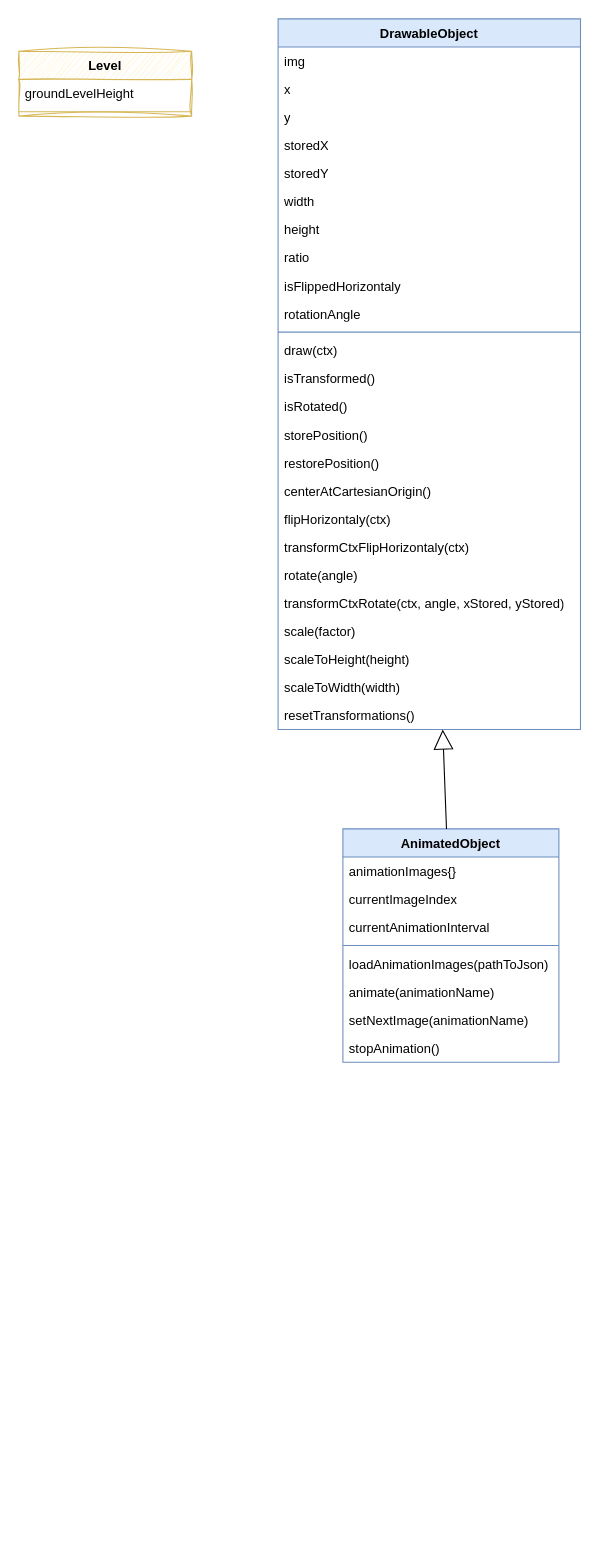
Above: uml/classDiagram.drawio in ReinhardWansch/ElPolloLoco (draw.io), before the change. Source tidied: cells renumbered, new cells numbered last; positions are measured from the earlier drawing's top-left corner, leaving out a move shared by most shapes. Both pictures are drawn from the tidied source at 108%, with x=0, y=0 at pixel (18, 18).
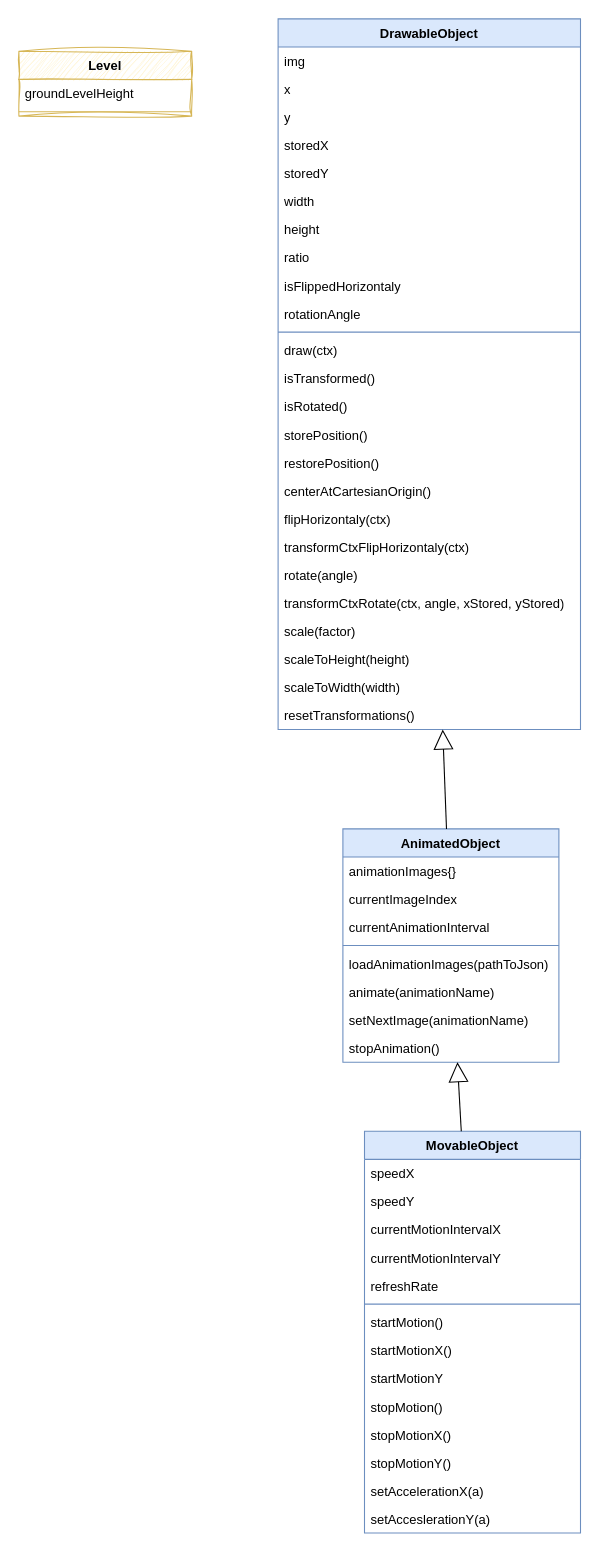
Above is the later version.

The change refers to these unchanged cells:
```xml
<mxCell id="28" value="AnimatedObject" style="swimlane;fontStyle=1;align=center;verticalAlign=top;horizontal=1;startSize=26;whiteSpace=wrap;html=1;fillColor=#dae8fc;strokeColor=#6c8ebf;" parent="1" vertex="1">
  <mxGeometry x="300" y="750" width="200" height="216" as="geometry" />
</mxCell>
```

The edit, as a diff of the source:
```diff
@@
+    <mxCell id="41" value="MovableObject" style="swimlane;fontStyle=1;align=center;verticalAlign=top;horizontal=1;startSize=26;whiteSpace=wrap;html=1;fillColor=#dae8fc;strokeColor=#6c8ebf;" parent="1" vertex="1">
+      <mxGeometry x="320" y="1030" width="200" height="372" as="geometry" />
+    </mxCell>
+    <mxCell id="42" value="speedX" style="text;strokeColor=none;fillColor=none;align=left;verticalAlign=top;spacingLeft=4;spacingRight=4;overflow=hidden;whiteSpace=wrap;html=1;" parent="41" vertex="1">
+      <mxGeometry y="26" width="200" height="26" as="geometry" />
+    </mxCell>
+    <mxCell id="43" value="speedY" style="text;strokeColor=none;fillColor=none;align=left;verticalAlign=top;spacingLeft=4;spacingRight=4;overflow=hidden;whiteSpace=wrap;html=1;" parent="41" vertex="1">
+      <mxGeometry y="52" width="200" height="26" as="geometry" />
+    </mxCell>
+    <mxCell id="44" value="currentMotionIntervalX" style="text;strokeColor=none;fillColor=none;align=left;verticalAlign=top;spacingLeft=4;spacingRight=4;overflow=hidden;whiteSpace=wrap;html=1;" parent="41" vertex="1">
+      <mxGeometry y="78" width="200" height="26" as="geometry" />
+    </mxCell>
+    <mxCell id="45" value="currentMotionIntervalY" style="text;strokeColor=none;fillColor=none;align=left;verticalAlign=top;spacingLeft=4;spacingRight=4;overflow=hidden;whiteSpace=wrap;html=1;" parent="41" vertex="1">
+      <mxGeometry y="104" width="200" height="26" as="geometry" />
+    </mxCell>
+    <mxCell id="46" value="refreshRate" style="text;strokeColor=none;fillColor=none;align=left;verticalAlign=top;spacingLeft=4;spacingRight=4;overflow=hidden;whiteSpace=wrap;html=1;" parent="41" vertex="1">
+      <mxGeometry y="130" width="200" height="26" as="geometry" />
+    </mxCell>
+    <mxCell id="47" style="line;strokeWidth=1;fillColor=none;align=left;verticalAlign=middle;spacingTop=-1;spacingLeft=3;spacingRight=3;labelPosition=right;strokeColor=inherit;" parent="41" vertex="1">
+      <mxGeometry y="156" width="200" height="8" as="geometry" />
+    </mxCell>
+    <mxCell id="48" value="startMotion()" style="text;strokeColor=none;fillColor=none;align=left;verticalAlign=top;spacingLeft=4;spacingRight=4;overflow=hidden;whiteSpace=wrap;html=1;" parent="41" vertex="1">
+      <mxGeometry y="164" width="200" height="26" as="geometry" />
+    </mxCell>
+    <mxCell id="49" value="startMotionX()" style="text;strokeColor=none;fillColor=none;align=left;verticalAlign=top;spacingLeft=4;spacingRight=4;overflow=hidden;whiteSpace=wrap;html=1;" parent="41" vertex="1">
+      <mxGeometry y="190" width="200" height="26" as="geometry" />
+    </mxCell>
+    <mxCell id="50" value="startMotionY" style="text;strokeColor=none;fillColor=none;align=left;verticalAlign=top;spacingLeft=4;spacingRight=4;overflow=hidden;whiteSpace=wrap;html=1;" parent="41" vertex="1">
+      <mxGeometry y="216" width="200" height="26" as="geometry" />
+    </mxCell>
+    <mxCell id="51" value="stopMotion()" style="text;strokeColor=none;fillColor=none;align=left;verticalAlign=top;spacingLeft=4;spacingRight=4;overflow=hidden;whiteSpace=wrap;html=1;" parent="41" vertex="1">
+      <mxGeometry y="242" width="200" height="26" as="geometry" />
+    </mxCell>
+    <mxCell id="52" value="stopMotionX()" style="text;strokeColor=none;fillColor=none;align=left;verticalAlign=top;spacingLeft=4;spacingRight=4;overflow=hidden;whiteSpace=wrap;html=1;" parent="41" vertex="1">
+      <mxGeometry y="268" width="200" height="26" as="geometry" />
+    </mxCell>
+    <mxCell id="53" value="stopMotionY()" style="text;strokeColor=none;fillColor=none;align=left;verticalAlign=top;spacingLeft=4;spacingRight=4;overflow=hidden;whiteSpace=wrap;html=1;" parent="41" vertex="1">
+      <mxGeometry y="294" width="200" height="26" as="geometry" />
+    </mxCell>
+    <mxCell id="54" value="setAccelerationX(a)" style="text;strokeColor=none;fillColor=none;align=left;verticalAlign=top;spacingLeft=4;spacingRight=4;overflow=hidden;whiteSpace=wrap;html=1;" parent="41" vertex="1">
+      <mxGeometry y="320" width="200" height="26" as="geometry" />
+    </mxCell>
+    <mxCell id="55" value="setAcceslerationY(a)" style="text;strokeColor=none;fillColor=none;align=left;verticalAlign=top;spacingLeft=4;spacingRight=4;overflow=hidden;whiteSpace=wrap;html=1;" parent="41" vertex="1">
+      <mxGeometry y="346" width="200" height="26" as="geometry" />
+    </mxCell>
+    <mxCell id="56" style="endArrow=block;endSize=16;endFill=0;html=1;rounded=0;" parent="1" edge="1" source="41" target="28">
+      <mxGeometry relative="1" as="geometry" />
+    </mxCell>
```
